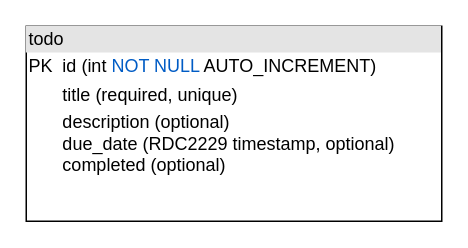
Earlier version of the draw.io diagram planning/planning.drawio (JF-hearX/todo-api). Source tidied: cells renumbered, new cells numbered last; positions are measured from the earlier drawing's top-left corner, leaving out a move shared by most shapes. Both pictures are drawn from the tidied source at 150%, with x=0, y=0 at pixel (26, 26).
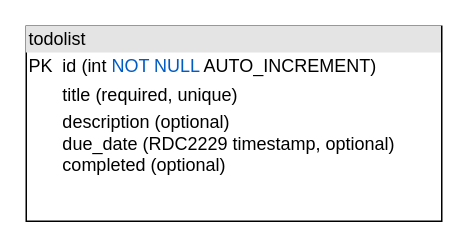
The same page after the edit.

Diff of the diagram source:
```diff
@@
 <mxGraphModel>
   <root>
     <mxCell id="0" />
     <mxCell id="1" parent="0" />
-    <mxCell id="2" value="&lt;div style=&quot;box-sizing:border-box;width:100%;background:#e4e4e4;padding:2px;&quot;&gt;todo&lt;/div&gt;&lt;table style=&quot;width:100%;font-size:1em;&quot; cellpadding=&quot;2&quot; cellspacing=&quot;0&quot;&gt;&lt;tbody&gt;&lt;tr&gt;&lt;td&gt;PK&lt;/td&gt;&lt;td&gt;id (&lt;span style=&quot;--darkreader-inline-color: var(--darkreader-text-000000, #e8e6e3);&quot; class=&quot;sqlcolor&quot;&gt;int &lt;span style=&quot;color: rgb(0, 92, 197); --darkreader-inline-color: var(--darkreader-text-005cc5, #56b1ff);&quot; class=&quot;sqlkeywordcolor&quot;&gt;NOT&lt;/span&gt; &lt;span style=&quot;color: rgb(0, 92, 197); --darkreader-inline-color: var(--darkreader-text-005cc5, #56b1ff);&quot; class=&quot;sqlkeywordcolor&quot;&gt;NULL&lt;/span&gt; AUTO_INCREMENT)&lt;/span&gt;&lt;/td&gt;&lt;/tr&gt;&lt;tr&gt;&lt;td&gt;&lt;br&gt;&lt;/td&gt;&lt;td&gt;title (required, unique)&lt;/td&gt;&lt;/tr&gt;&lt;tr&gt;&lt;td&gt;&lt;/td&gt;&lt;td&gt;description (optional)&lt;br&gt;due_date (RDC2229 timestamp, optional)&lt;br&gt;completed (optional)&lt;/td&gt;&lt;/tr&gt;&lt;/tbody&gt;&lt;/table&gt;" style="verticalAlign=top;align=left;overflow=fill;html=1;whiteSpace=wrap;" parent="1" vertex="1">
+    <mxCell id="2" value="&lt;div style=&quot;box-sizing:border-box;width:100%;background:#e4e4e4;padding:2px;&quot;&gt;todolist&lt;/div&gt;&lt;table style=&quot;width:100%;font-size:1em;&quot; cellpadding=&quot;2&quot; cellspacing=&quot;0&quot;&gt;&lt;tbody&gt;&lt;tr&gt;&lt;td&gt;PK&lt;/td&gt;&lt;td&gt;id (&lt;span style=&quot;--darkreader-inline-color: var(--darkreader-text-000000, #e8e6e3);&quot; class=&quot;sqlcolor&quot;&gt;int &lt;span style=&quot;color: rgb(0, 92, 197); --darkreader-inline-color: var(--darkreader-text-005cc5, #56b1ff);&quot; class=&quot;sqlkeywordcolor&quot;&gt;NOT&lt;/span&gt; &lt;span style=&quot;color: rgb(0, 92, 197); --darkreader-inline-color: var(--darkreader-text-005cc5, #56b1ff);&quot; class=&quot;sqlkeywordcolor&quot;&gt;NULL&lt;/span&gt; AUTO_INCREMENT)&lt;/span&gt;&lt;/td&gt;&lt;/tr&gt;&lt;tr&gt;&lt;td&gt;&lt;br&gt;&lt;/td&gt;&lt;td&gt;title (required, unique)&lt;/td&gt;&lt;/tr&gt;&lt;tr&gt;&lt;td&gt;&lt;/td&gt;&lt;td&gt;description (optional)&lt;br&gt;due_date (RDC2229 timestamp, optional)&lt;br&gt;completed (optional)&lt;/td&gt;&lt;/tr&gt;&lt;/tbody&gt;&lt;/table&gt;" style="verticalAlign=top;align=left;overflow=fill;html=1;whiteSpace=wrap;" parent="1" vertex="1">
       <mxGeometry width="277" height="130" as="geometry" />
     </mxCell>
   </root>
 </mxGraphModel>
```
